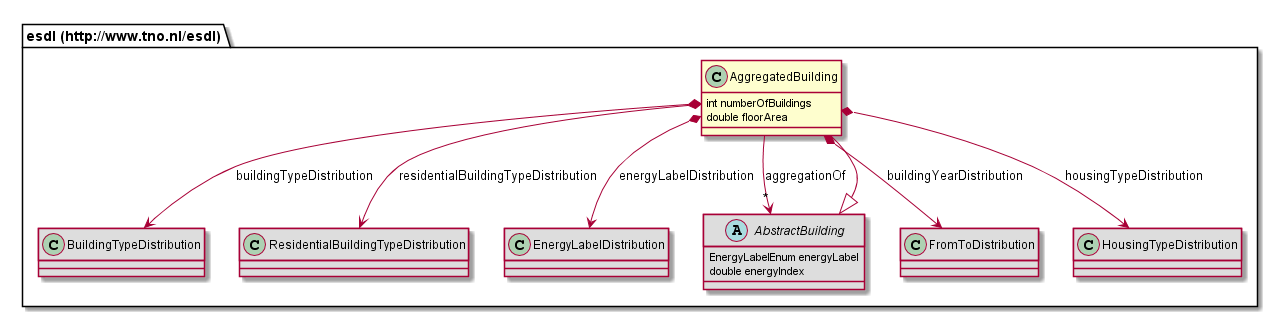
The PlantUML diagram 687474703a2f2f7777772e746e6f2e6e6c2f6573646c/AggregatedBuilding.png in EnergyTransition/energytransition.github.io, before a commit.
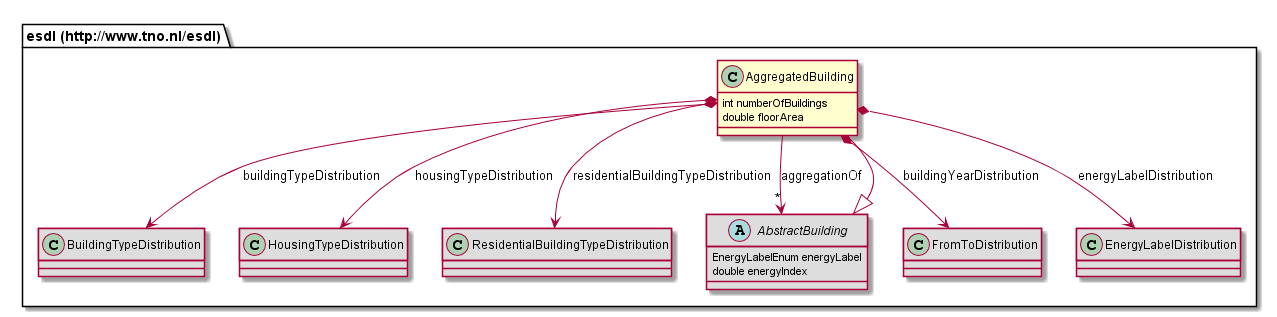
Above is the later version.

The edit, as a diff of the source:
```diff
@@ -5,17 +5,17 @@
 }
 class "esdl (http://www.tno.nl/esdl).BuildingTypeDistribution" [[#router/doc-content/687474703a2f2f7777772e746e6f2e6e6c2f6573646c/BuildingTypeDistribution.html{Specifies the way the building type is distributed in this area (e.g. Utility, Residential), specifing the percentage of buildings per type.}]] #DDDDDD {
 }
-class "esdl (http://www.tno.nl/esdl).ResidentialBuildingTypeDistribution" [[#router/doc-content/687474703a2f2f7777772e746e6f2e6e6c2f6573646c/ResidentialBuildingTypeDistribution.html{Specifies the way the residential building type is distributed in this area (e.g. Vrijstaande Woning, Hoekwoning, Flatwoning), specifing the percentage of buildings per residential type.}]] #DDDDDD {
+class "esdl (http://www.tno.nl/esdl).HousingTypeDistribution" [[#router/doc-content/687474703a2f2f7777772e746e6f2e6e6c2f6573646c/HousingTypeDistribution.html{Specifies the way the housing type is distributed in this area (e.g. Owner occupied, Housing Association, Private Rental), specifing the percentage of buildings per housing type.}]] #DDDDDD {
 }
 abstract class "esdl (http://www.tno.nl/esdl).AbstractBuilding" [[#router/doc-content/687474703a2f2f7777772e746e6f2e6e6c2f6573646c/AbstractBuilding.html{Describes the shared properties of building, building unit and aggregated building}]] #DDDDDD {
 	EnergyLabelEnum energyLabel
 	double energyIndex
 }
-class "esdl (http://www.tno.nl/esdl).EnergyLabelDistribution" [[#router/doc-content/687474703a2f2f7777772e746e6f2e6e6c2f6573646c/EnergyLabelDistribution.html{Defines a distribution in terms of energy labels}]] #DDDDDD {
+class "esdl (http://www.tno.nl/esdl).ResidentialBuildingTypeDistribution" [[#router/doc-content/687474703a2f2f7777772e746e6f2e6e6c2f6573646c/ResidentialBuildingTypeDistribution.html{Specifies the way the residential building type is distributed in this area (e.g. Vrijstaande Woning, Hoekwoning, Flatwoning), specifing the percentage of buildings per residential type.}]] #DDDDDD {
 }
 class "esdl (http://www.tno.nl/esdl).FromToDistribution" [[#router/doc-content/687474703a2f2f7777772e746e6f2e6e6c2f6573646c/FromToDistribution.html{Defines a distribution in terms of ?from? and ?to?}]] #DDDDDD {
 }
-class "esdl (http://www.tno.nl/esdl).HousingTypeDistribution" [[#router/doc-content/687474703a2f2f7777772e746e6f2e6e6c2f6573646c/HousingTypeDistribution.html{Specifies the way the housing type is distributed in this area (e.g. Owner occupied, Housing Association, Private Rental), specifing the percentage of buildings per housing type.}]] #DDDDDD {
+class "esdl (http://www.tno.nl/esdl).EnergyLabelDistribution" [[#router/doc-content/687474703a2f2f7777772e746e6f2e6e6c2f6573646c/EnergyLabelDistribution.html{Defines a distribution in terms of energy labels}]] #DDDDDD {
 }
 "esdl (http://www.tno.nl/esdl).AbstractBuilding" <|-- "esdl (http://www.tno.nl/esdl).AggregatedBuilding"
 "esdl (http://www.tno.nl/esdl).AggregatedBuilding" --> "*" "esdl (http://www.tno.nl/esdl).AbstractBuilding" : aggregationOf
```
